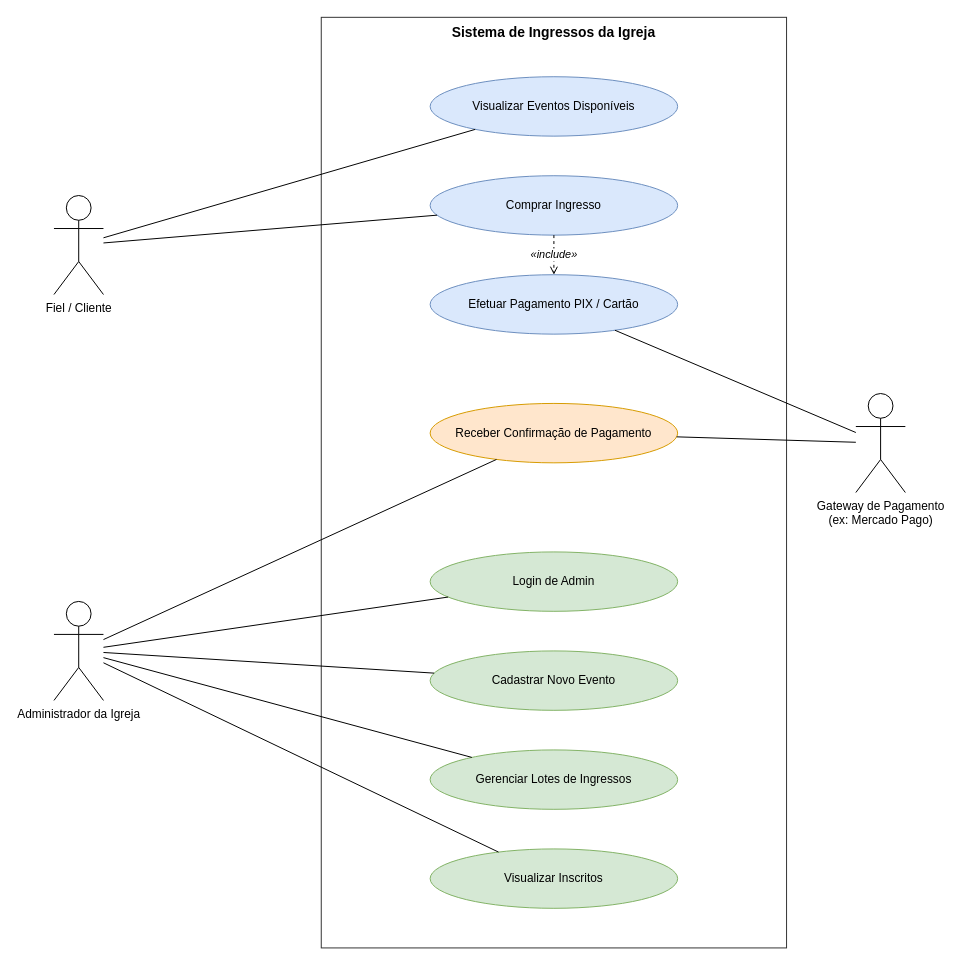
This is page "Casos de Uso" (1 of 2) of docs/casoUsoEArquitetura.drawio from isalorc/sistema-venda-ingressos-icb, a draw.io file, before an edit. Source tidied: cells renumbered, new cells numbered last; positions are measured from the earlier drawing's top-left corner, leaving out a move shared by most shapes. Both pictures are drawn from the tidied source at 99%, with x=0, y=0 at pixel (53, 17).
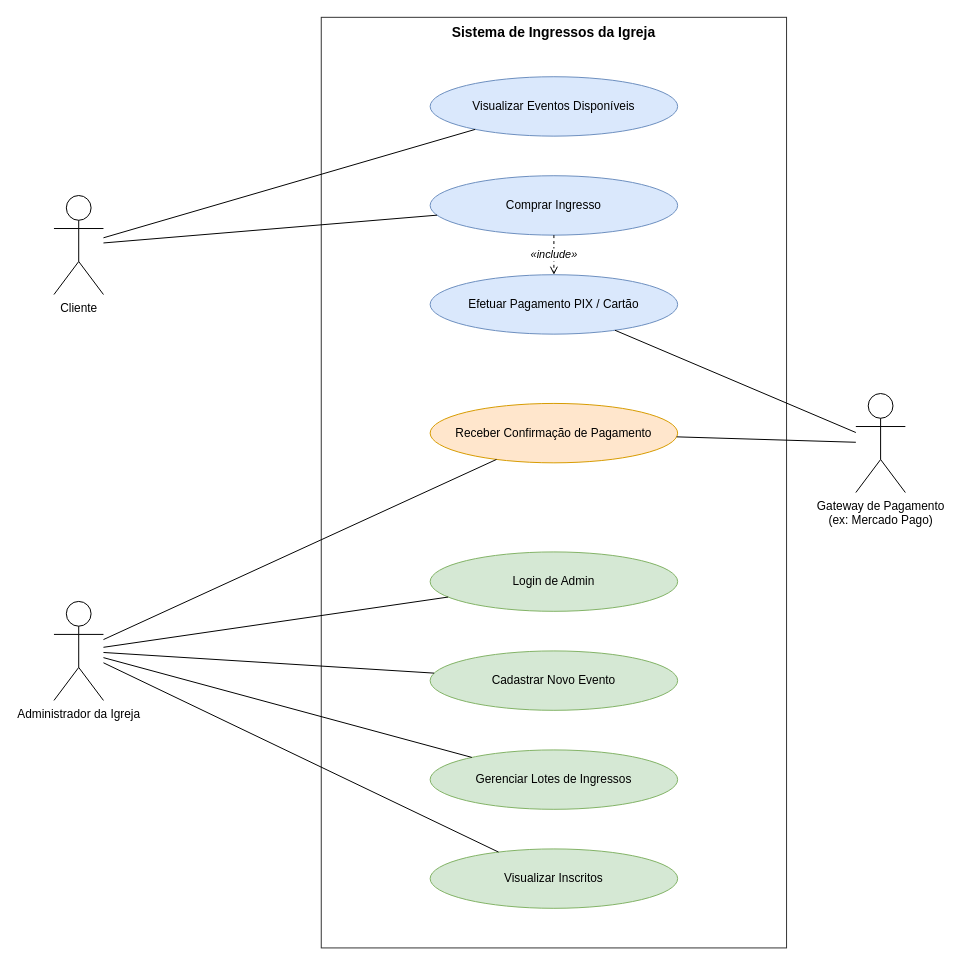
Above is the later version.

Commit message (it also covers changes not shown here):
refactor: update terminology from 'Fiel' to 'Cliente' and enhance documentation clarity

The edit, as a diff of the source:
```diff
@@
-    <mxCell id="3" value="Fiel / Cliente" style="shape=umlActor;verticalLabelPosition=bottom;verticalAlign=top;html=1;outlineConnect=0;" parent="1" vertex="1">
+    <mxCell id="3" value="Cliente" style="shape=umlActor;verticalLabelPosition=bottom;verticalAlign=top;html=1;outlineConnect=0;" parent="1" vertex="1">
       <mxGeometry y="180" width="50" height="100" as="geometry" />
     </mxCell>
```
